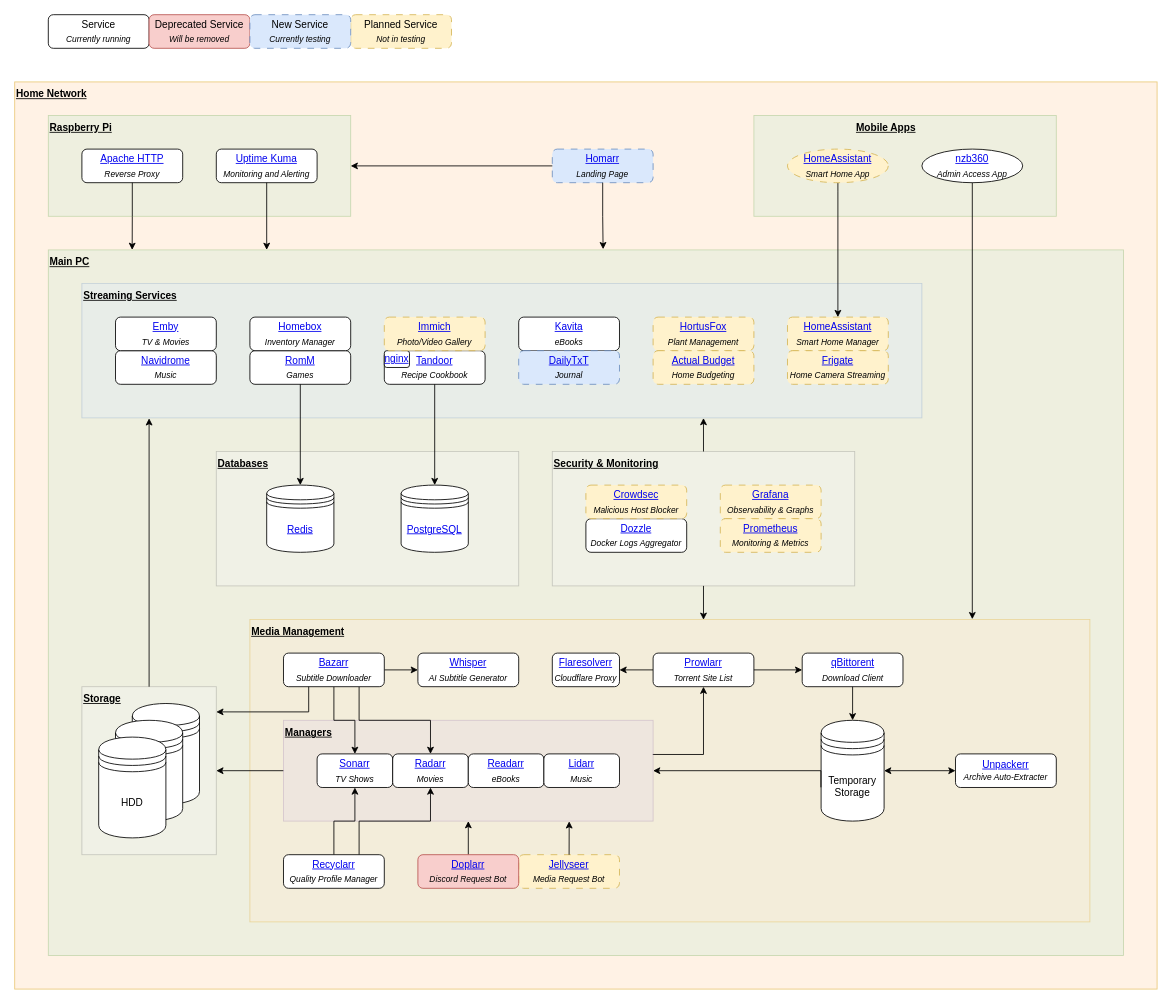
Before: doc/home_theatre.drawio in zodac-personal/home_theatre, a draw.io diagram. Source tidied: cells renumbered, new cells numbered last; positions are measured from the earlier drawing's top-left corner, leaving out a move shared by most shapes. Both pictures are drawn from the tidied source at 84%, with x=0, y=0 at pixel (14, 14).
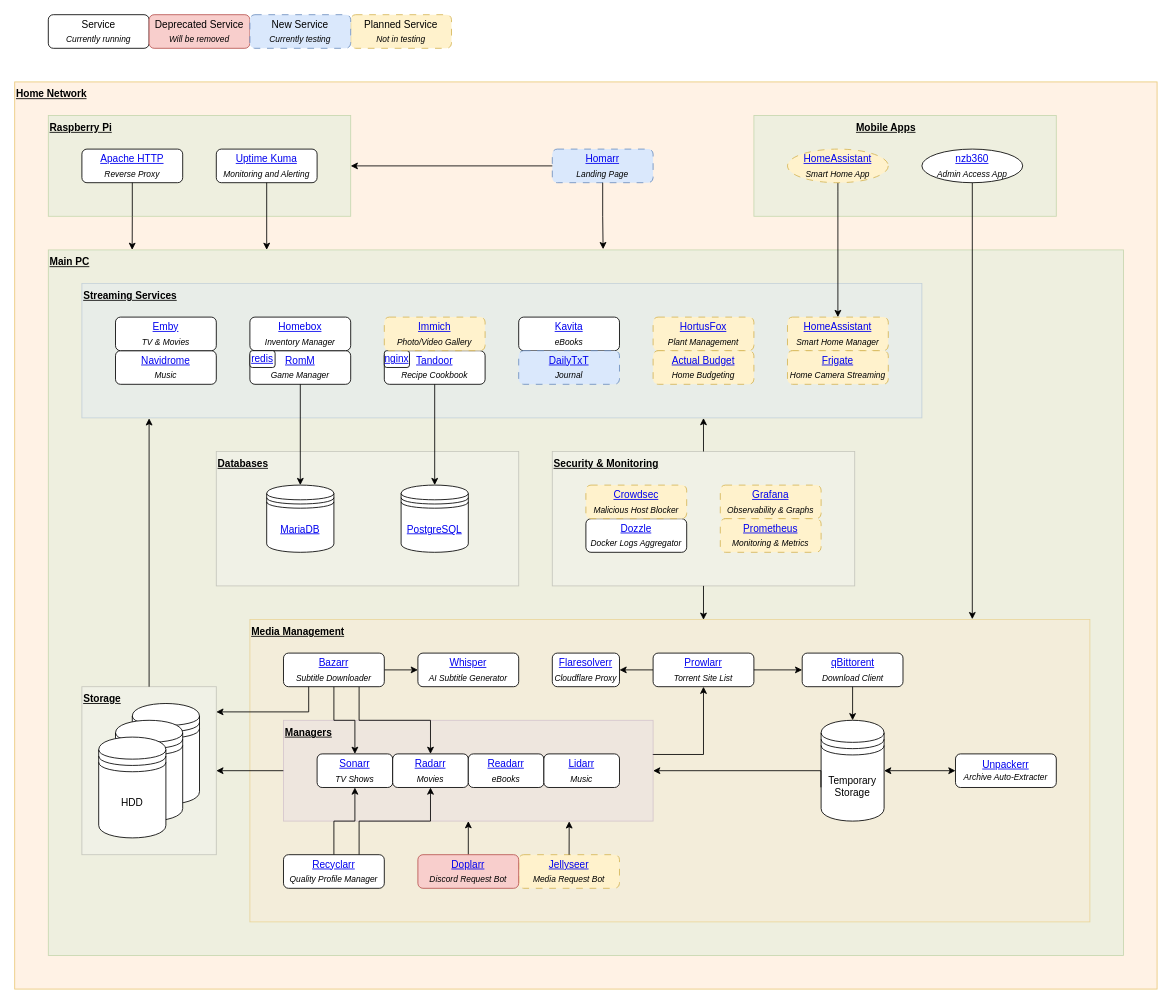
Above is the later version.

Commit message (it also covers changes not shown here):
Updating for RomM v3 and Kavita v0.8, updated versions, added some missing healthchecks

What changed in the source:
```diff
@@
-    <mxCell id="16" value="&lt;a href=&quot;https://github.com/zurdi15/romm&quot;&gt;RomM&lt;/a&gt;&lt;br&gt;&lt;sub&gt;&lt;i&gt;Games&lt;/i&gt;&lt;/sub&gt;" style="rounded=1;whiteSpace=wrap;html=1;" parent="1" vertex="1">
+    <mxCell id="16" value="&lt;a href=&quot;https://github.com/zurdi15/romm&quot;&gt;RomM&lt;/a&gt;&lt;br&gt;&lt;sub&gt;&lt;i&gt;Game Manager&lt;/i&gt;&lt;/sub&gt;" style="rounded=1;whiteSpace=wrap;html=1;" parent="1" vertex="1">
       <mxGeometry x="280" y="400" width="120" height="40" as="geometry" />
     </mxCell>
@@
     <mxCell id="28" value="Main PC" style="text;html=1;strokeColor=none;fillColor=none;align=left;verticalAlign=middle;whiteSpace=wrap;rounded=0;fontStyle=5;" parent="1" vertex="1">
-      <mxGeometry x="40" y="280" width="100" height="30" as="geometry" />
+      <mxGeometry x="40" y="280" width="60" height="30" as="geometry" />
     </mxCell>
@@
-    <mxCell id="51" value="&lt;a href=&quot;https://github.com/redis/redis&quot;&gt;Redis&lt;/a&gt;" style="shape=datastore;whiteSpace=wrap;html=1;" parent="1" vertex="1">
+    <mxCell id="51" value="&lt;a href=&quot;https://github.com/MariaDB/mariadb-docker&quot;&gt;MariaDB&lt;/a&gt;" style="shape=datastore;whiteSpace=wrap;html=1;" parent="1" vertex="1">
       <mxGeometry x="300" y="560" width="80" height="80" as="geometry" />
     </mxCell>
@@
+    <mxCell id="93" value="&lt;a href=&quot;https://github.com/redis/redis&quot;&gt;redis&lt;/a&gt;" style="rounded=1;whiteSpace=wrap;html=1;" parent="1" vertex="1">
+      <mxGeometry x="280" y="400" width="30" height="20" as="geometry" />
+    </mxCell>
```
